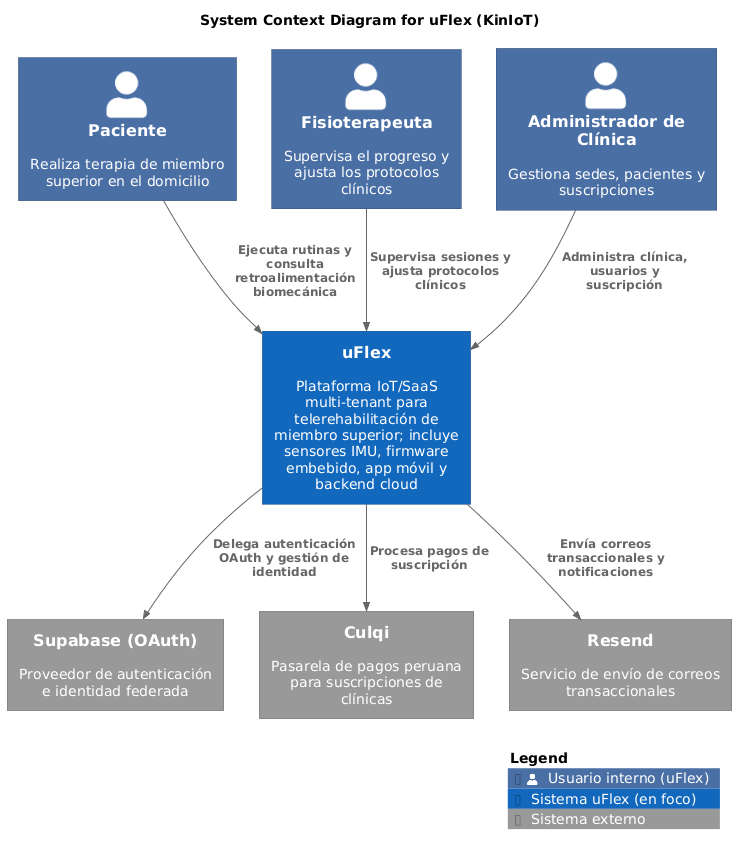
Before: assets/diagrams/software-architecture/context/out/uflex-context-diagram.png, a diagram exported from PlantUML (kiniot/uflex-project-report). The source it was exported from:
```plantuml
@startuml
!include https://raw.githubusercontent.com/plantuml-stdlib/C4-PlantUML/master/C4_Context.puml
!include https://raw.githubusercontent.com/plantuml-stdlib/C4-PlantUML/master/C4_Container.puml
!include https://raw.githubusercontent.com/plantuml-stdlib/C4-PlantUML/master/C4_Component.puml

skinparam shadowing false
skinparam defaultFontName Arial
skinparam Padding 2
skinparam wrapWidth 200

AddPersonTag("internal", $bgColor="#4A6FA5", $fontColor="#ffffff", $borderColor="#2F4A73", $legendText="Usuario interno (uFlex)")
AddSystemTag("target",   $bgColor="#1168BD", $fontColor="#ffffff", $borderColor="#0B4884", $legendText="Sistema uFlex (en foco)")
AddSystemTag("external", $bgColor="#999999", $fontColor="#ffffff", $borderColor="#6B6B6B", $legendText="Sistema externo")

title System Context Diagram for uFlex (KinIoT)

Person(patient,         "Paciente",                 "Realiza terapia de miembro superior en el domicilio", $tags="internal")
Person(physiotherapist, "Fisioterapeuta",           "Supervisa el progreso y ajusta los protocolos clínicos", $tags="internal")
Person(clinicAdmin,     "Administrador de Clínica", "Gestiona sedes, pacientes y suscripciones", $tags="internal")

System(uflex, "uFlex", "Plataforma IoT/SaaS multi-tenant para telerehabilitación de miembro superior; incluye sensores IMU, firmware embebido, app móvil y backend cloud", $tags="target")

System_Ext(supabase, "Supabase (OAuth)", "Proveedor de autenticación e identidad federada", $tags="external")
System_Ext(culqi,    "Culqi",             "Pasarela de pagos peruana para suscripciones de clínicas", $tags="external")
System_Ext(resend,   "Resend",            "Servicio de envío de correos transaccionales", $tags="external")

Rel(patient,         uflex, "Ejecuta rutinas y consulta retroalimentación biomecánica")
Rel(physiotherapist, uflex, "Supervisa sesiones y ajusta protocolos clínicos")
Rel(clinicAdmin,     uflex, "Administra clínica, usuarios y suscripción")

Rel(uflex, supabase, "Delega autenticación OAuth y gestión de identidad")
Rel(uflex, culqi,    "Procesa pagos de suscripción")
Rel(uflex, resend,   "Envía correos transaccionales y notificaciones")

SHOW_LEGEND()
@enduml
```
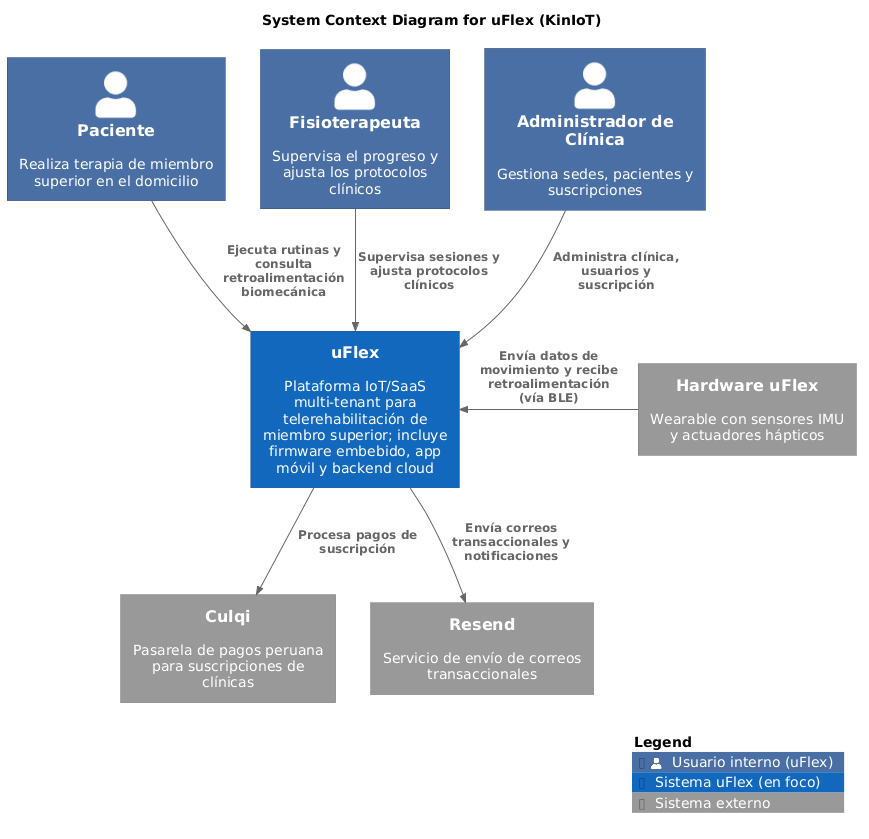
The same diagram one commit later.

Commit message:
docs(chapter-4): extract uFlex Hardware as external system in context

Treat the IMU/actuator wearable as an external system instead of an
internal capability of uFlex, mirroring the software/hardware split
shown in the reference example. Also drop Supabase Auth from the
context now that authentication is handled inside the monolith.

The edit, as a diff of the source:
```diff
@@ -18,19 +18,21 @@
 Person(physiotherapist, "Fisioterapeuta",           "Supervisa el progreso y ajusta los protocolos clínicos", $tags="internal")
 Person(clinicAdmin,     "Administrador de Clínica", "Gestiona sedes, pacientes y suscripciones", $tags="internal")
 
-System(uflex, "uFlex", "Plataforma IoT/SaaS multi-tenant para telerehabilitación de miembro superior; incluye sensores IMU, firmware embebido, app móvil y backend cloud", $tags="target")
+System(uflex, "uFlex", "Plataforma IoT/SaaS multi-tenant para telerehabilitación de miembro superior; incluye firmware embebido, app móvil y backend cloud", $tags="target")
 
-System_Ext(supabase, "Supabase (OAuth)", "Proveedor de autenticación e identidad federada", $tags="external")
-System_Ext(culqi,    "Culqi",             "Pasarela de pagos peruana para suscripciones de clínicas", $tags="external")
-System_Ext(resend,   "Resend",            "Servicio de envío de correos transaccionales", $tags="external")
+System_Ext(uflexHardware, "Hardware uFlex",     "Wearable con sensores IMU y actuadores hápticos", $tags="external")
+System_Ext(culqi,         "Culqi",              "Pasarela de pagos peruana para suscripciones de clínicas", $tags="external")
+System_Ext(resend,        "Resend",             "Servicio de envío de correos transaccionales", $tags="external")
 
 Rel(patient,         uflex, "Ejecuta rutinas y consulta retroalimentación biomecánica")
 Rel(physiotherapist, uflex, "Supervisa sesiones y ajusta protocolos clínicos")
 Rel(clinicAdmin,     uflex, "Administra clínica, usuarios y suscripción")
 
-Rel(uflex, supabase, "Delega autenticación OAuth y gestión de identidad")
-Rel(uflex, culqi,    "Procesa pagos de suscripción")
-Rel(uflex, resend,   "Envía correos transaccionales y notificaciones")
+Rel_L(uflexHardware, uflex,    "Envía datos de movimiento y recibe retroalimentación (vía BLE)")
+Rel(uflex,           culqi,    "Procesa pagos de suscripción")
+Rel(uflex,           resend,   "Envía correos transaccionales y notificaciones")
+
+Lay_R(uflex, uflexHardware)
 
 SHOW_LEGEND()
 @enduml
```
